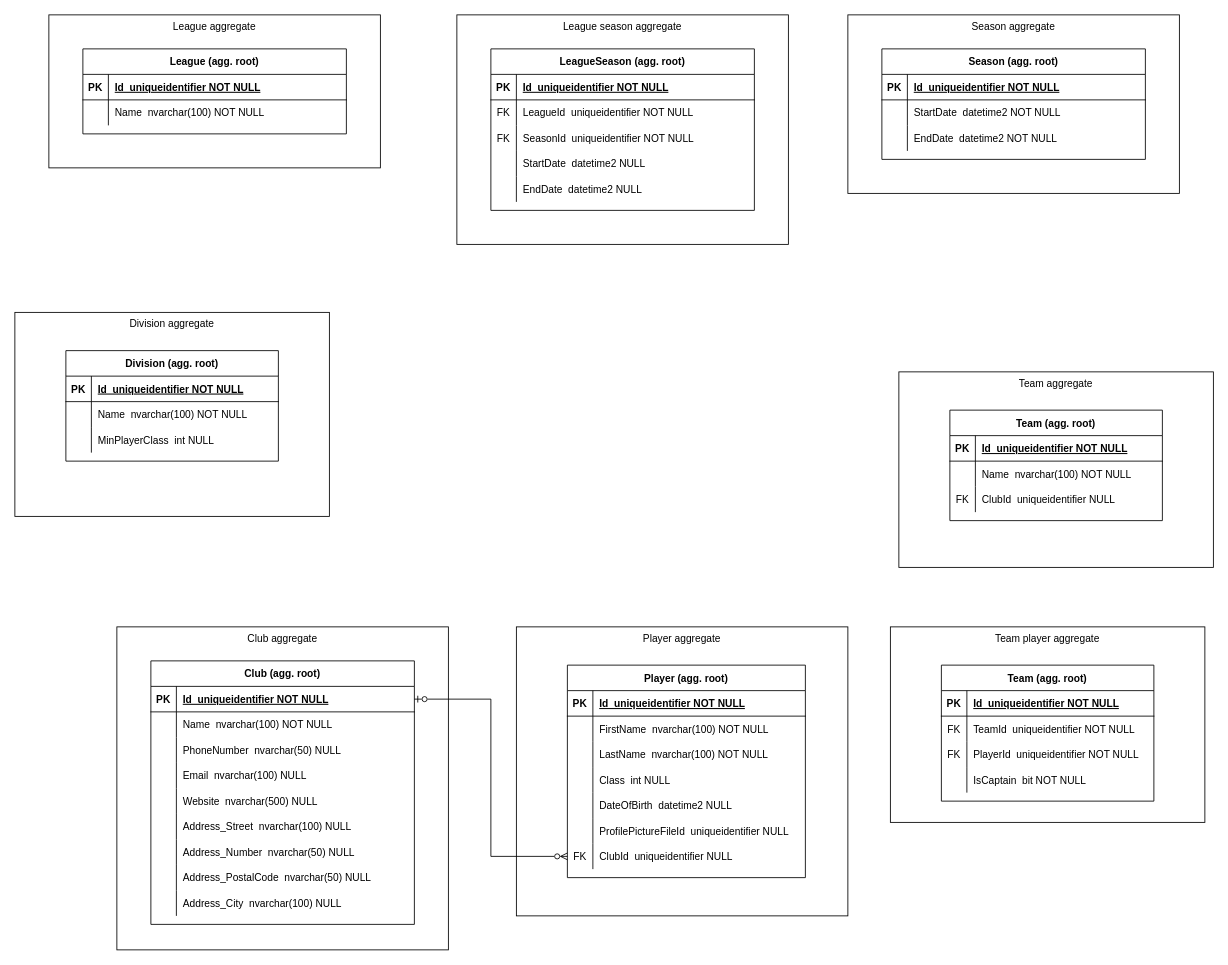
Before: documentation/Snooker ERD.drawio in steffbeckers/snooker, a draw.io diagram. Source tidied: cells renumbered, new cells numbered last; positions are measured from the earlier drawing's top-left corner, leaving out a move shared by most shapes. Both pictures are drawn from the tidied source at 85%, with x=0, y=0 at pixel (14, 14).
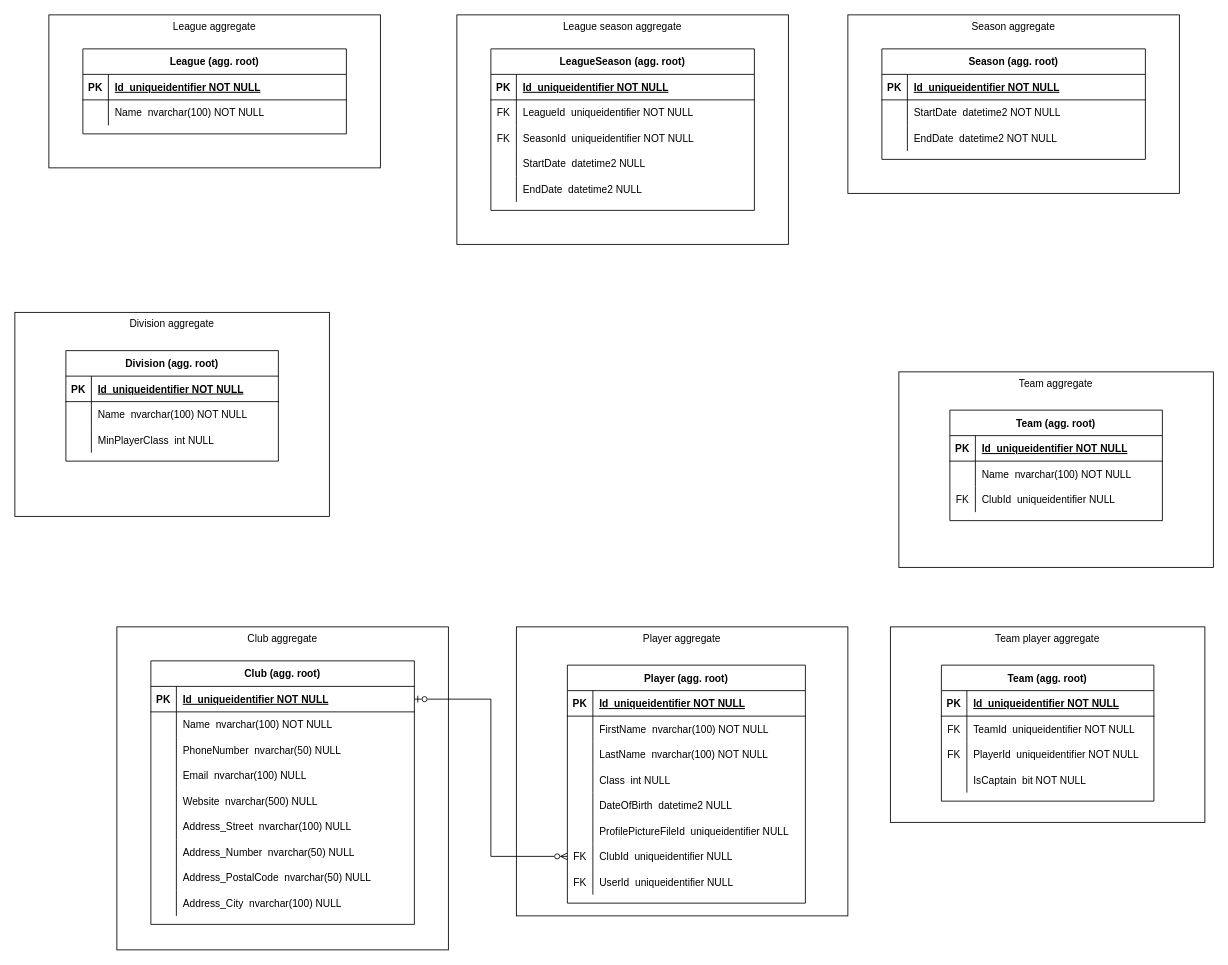
The same page after the edit.

What changed in the source:
```diff
@@
     <mxCell id="5" value="Player (agg. root)" style="shape=table;startSize=30;childLayout=tableLayout;rowLines=0;fontStyle=1;align=center;" parent="1" vertex="1">
-      <mxGeometry x="650" y="765" width="280" height="250" as="geometry" />
+      <mxGeometry x="650" y="765" width="280" height="280" as="geometry" />
     </mxCell>
@@
+    <mxCell id="127" style="shape=partialRectangle;fillColor=none;top=0;left=0;right=0;bottom=0;" parent="5" vertex="1">
+      <mxGeometry y="240" width="280" height="30" as="geometry" />
+    </mxCell>
+    <mxCell id="128" value="FK" style="shape=partialRectangle;overflow=hidden;fillColor=none;top=0;left=0;bottom=0;right=0;" parent="127" vertex="1">
+      <mxGeometry width="30" height="30" as="geometry" />
+    </mxCell>
+    <mxCell id="129" value="UserId  uniqueidentifier NULL" style="shape=partialRectangle;overflow=hidden;fillColor=none;top=0;left=0;bottom=0;right=0;align=left;spacingLeft=6;" parent="127" vertex="1">
+      <mxGeometry x="30" width="250" height="30" as="geometry" />
+    </mxCell>
```
